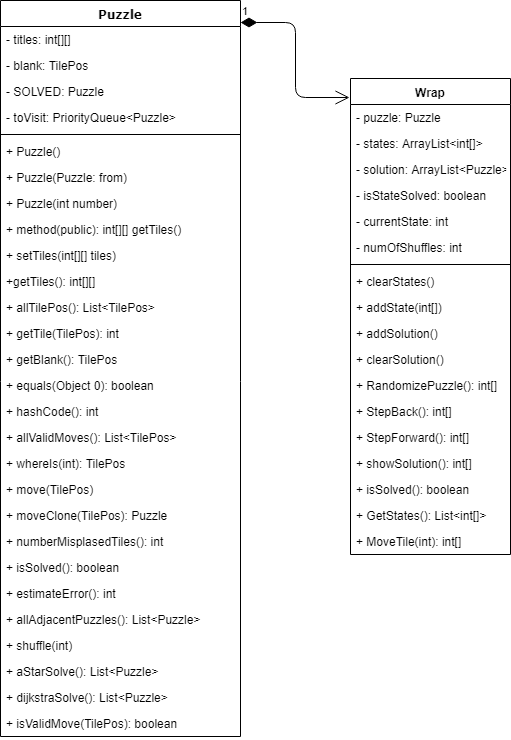
Above: 1_blue/doc/Class Diagram.png in Shystik/summer_java_practice_2019 (draw.io), before the change. Source tidied: cells renumbered, new cells last; positions are measured from the earlier drawing's top-left corner, leaving out a move shared by most shapes. Source of this version:
```xml
<mxGraphModel background="#ffffff">
  <root>
    <mxCell id="0" />
    <mxCell id="1" parent="0" />
    <mxCell id="2" value="Puzzle" style="swimlane;html=1;fontStyle=1;align=center;verticalAlign=top;horizontal=1;startSize=26;swimlaneFillColor=#ffffff;rounded=0;shadow=0;comic=0;labelBackgroundColor=none;strokeColor=#000000;strokeWidth=1;fillColor=none;fontFamily=Verdana;fontSize=12;fontColor=#000000;" parent="1" vertex="1">
      <mxGeometry width="240" height="736" as="geometry" />
    </mxCell>
    <mxCell id="3" value="- titles: int[][]&amp;nbsp;" style="text;html=1;strokeColor=none;fillColor=none;align=left;verticalAlign=top;spacingLeft=4;spacingRight=4;whiteSpace=wrap;overflow=hidden;" parent="2" vertex="1">
      <mxGeometry y="26" width="240" height="26" as="geometry" />
    </mxCell>
    <mxCell id="4" value="- blank: TilePos&lt;br&gt;" style="text;html=1;strokeColor=none;fillColor=none;align=left;verticalAlign=top;spacingLeft=4;spacingRight=4;whiteSpace=wrap;overflow=hidden;" parent="2" vertex="1">
      <mxGeometry y="52" width="240" height="26" as="geometry" />
    </mxCell>
    <mxCell id="5" value="- SOLVED: Puzzle" style="text;strokeColor=none;fillColor=none;align=left;verticalAlign=top;spacingLeft=4;spacingRight=4;overflow=hidden;" parent="2" vertex="1">
      <mxGeometry y="78" width="240" height="26" as="geometry" />
    </mxCell>
    <mxCell id="6" value="- toVisit: PriorityQueue&lt;Puzzle&gt;" style="text;strokeColor=none;fillColor=none;align=left;verticalAlign=top;spacingLeft=4;spacingRight=4;overflow=hidden;" parent="2" vertex="1">
      <mxGeometry y="104" width="240" height="26" as="geometry" />
    </mxCell>
    <mxCell id="7" style="line;html=1;strokeWidth=1;fillColor=none;align=left;verticalAlign=middle;spacingTop=-1;spacingLeft=3;spacingRight=3;labelPosition=right;" parent="2" vertex="1">
      <mxGeometry y="130" width="240" height="8" as="geometry" />
    </mxCell>
    <mxCell id="8" value="+ Puzzle()" style="text;html=1;strokeColor=none;fillColor=none;align=left;verticalAlign=top;spacingLeft=4;spacingRight=4;whiteSpace=wrap;overflow=hidden;" parent="2" vertex="1">
      <mxGeometry y="138" width="240" height="26" as="geometry" />
    </mxCell>
    <mxCell id="9" value="+ Puzzle(Puzzle: from)" style="text;html=1;strokeColor=none;fillColor=none;align=left;verticalAlign=top;spacingLeft=4;spacingRight=4;whiteSpace=wrap;overflow=hidden;" parent="2" vertex="1">
      <mxGeometry y="164" width="240" height="26" as="geometry" />
    </mxCell>
    <mxCell id="10" value="+ Puzzle(int number)" style="text;html=1;strokeColor=none;fillColor=none;align=left;verticalAlign=top;spacingLeft=4;spacingRight=4;whiteSpace=wrap;overflow=hidden;" parent="2" vertex="1">
      <mxGeometry y="190" width="240" height="26" as="geometry" />
    </mxCell>
    <mxCell id="11" value="+ method(public): int[][] getTiles()" style="text;html=1;strokeColor=none;fillColor=none;align=left;verticalAlign=top;spacingLeft=4;spacingRight=4;whiteSpace=wrap;overflow=hidden;" parent="2" vertex="1">
      <mxGeometry y="216" width="240" height="26" as="geometry" />
    </mxCell>
    <mxCell id="12" value="+ setTiles(int[][] tiles)&amp;nbsp;" style="text;html=1;strokeColor=none;fillColor=none;align=left;verticalAlign=top;spacingLeft=4;spacingRight=4;whiteSpace=wrap;overflow=hidden;" parent="2" vertex="1">
      <mxGeometry y="242" width="240" height="26" as="geometry" />
    </mxCell>
    <mxCell id="13" value="+getTiles(): int[][]" style="text;html=1;strokeColor=none;fillColor=none;align=left;verticalAlign=top;spacingLeft=4;spacingRight=4;whiteSpace=wrap;overflow=hidden;" parent="2" vertex="1">
      <mxGeometry y="268" width="240" height="26" as="geometry" />
    </mxCell>
    <mxCell id="14" value="+ allTilePos(): List&lt;TilePos&gt;" style="text;strokeColor=none;fillColor=none;align=left;verticalAlign=top;spacingLeft=4;spacingRight=4;overflow=hidden;" parent="2" vertex="1">
      <mxGeometry y="294" width="240" height="26" as="geometry" />
    </mxCell>
    <mxCell id="15" value="+ getTile(TilePos): int" style="text;strokeColor=none;fillColor=none;align=left;verticalAlign=top;spacingLeft=4;spacingRight=4;overflow=hidden;" parent="2" vertex="1">
      <mxGeometry y="320" width="240" height="26" as="geometry" />
    </mxCell>
    <mxCell id="16" value="+ getBlank(): TilePos" style="text;strokeColor=none;fillColor=none;align=left;verticalAlign=top;spacingLeft=4;spacingRight=4;overflow=hidden;" parent="2" vertex="1">
      <mxGeometry y="346" width="240" height="26" as="geometry" />
    </mxCell>
    <mxCell id="17" value="+ equals(Object 0): boolean" style="text;strokeColor=none;fillColor=none;align=left;verticalAlign=top;spacingLeft=4;spacingRight=4;overflow=hidden;" parent="2" vertex="1">
      <mxGeometry y="372" width="240" height="26" as="geometry" />
    </mxCell>
    <mxCell id="18" value="+ hashCode(): int" style="text;strokeColor=none;fillColor=none;align=left;verticalAlign=top;spacingLeft=4;spacingRight=4;overflow=hidden;" parent="2" vertex="1">
      <mxGeometry y="398" width="240" height="26" as="geometry" />
    </mxCell>
    <mxCell id="19" value="+ allValidMoves(): List&lt;TilePos&gt;" style="text;strokeColor=none;fillColor=none;align=left;verticalAlign=top;spacingLeft=4;spacingRight=4;overflow=hidden;" parent="2" vertex="1">
      <mxGeometry y="424" width="240" height="26" as="geometry" />
    </mxCell>
    <mxCell id="20" value="+ whereIs(int): TilePos" style="text;strokeColor=none;fillColor=none;align=left;verticalAlign=top;spacingLeft=4;spacingRight=4;overflow=hidden;" parent="2" vertex="1">
      <mxGeometry y="450" width="240" height="26" as="geometry" />
    </mxCell>
    <mxCell id="21" value="+ move(TilePos)" style="text;strokeColor=none;fillColor=none;align=left;verticalAlign=top;spacingLeft=4;spacingRight=4;overflow=hidden;" parent="2" vertex="1">
      <mxGeometry y="476" width="240" height="26" as="geometry" />
    </mxCell>
    <mxCell id="22" value="+ moveClone(TilePos): Puzzle" style="text;strokeColor=none;fillColor=none;align=left;verticalAlign=top;spacingLeft=4;spacingRight=4;overflow=hidden;" parent="2" vertex="1">
      <mxGeometry y="502" width="240" height="26" as="geometry" />
    </mxCell>
    <mxCell id="23" value="+ numberMisplasedTiles(): int" style="text;strokeColor=none;fillColor=none;align=left;verticalAlign=top;spacingLeft=4;spacingRight=4;overflow=hidden;" parent="2" vertex="1">
      <mxGeometry y="528" width="240" height="26" as="geometry" />
    </mxCell>
    <mxCell id="24" value="+ isSolved(): boolean" style="text;strokeColor=none;fillColor=none;align=left;verticalAlign=top;spacingLeft=4;spacingRight=4;overflow=hidden;" parent="2" vertex="1">
      <mxGeometry y="554" width="240" height="26" as="geometry" />
    </mxCell>
    <mxCell id="25" value="+ estimateError(): int" style="text;strokeColor=none;fillColor=none;align=left;verticalAlign=top;spacingLeft=4;spacingRight=4;overflow=hidden;" parent="2" vertex="1">
      <mxGeometry y="580" width="240" height="26" as="geometry" />
    </mxCell>
    <mxCell id="26" value="+ allAdjacentPuzzles(): List&lt;Puzzle&gt;" style="text;strokeColor=none;fillColor=none;align=left;verticalAlign=top;spacingLeft=4;spacingRight=4;overflow=hidden;" parent="2" vertex="1">
      <mxGeometry y="606" width="240" height="26" as="geometry" />
    </mxCell>
    <mxCell id="27" value="+ shuffle(int)" style="text;strokeColor=none;fillColor=none;align=left;verticalAlign=top;spacingLeft=4;spacingRight=4;overflow=hidden;" parent="2" vertex="1">
      <mxGeometry y="632" width="240" height="26" as="geometry" />
    </mxCell>
    <mxCell id="28" value="+ aStarSolve(): List&lt;Puzzle&gt;" style="text;strokeColor=none;fillColor=none;align=left;verticalAlign=top;spacingLeft=4;spacingRight=4;overflow=hidden;" parent="2" vertex="1">
      <mxGeometry y="658" width="240" height="26" as="geometry" />
    </mxCell>
    <mxCell id="29" value="+ dijkstraSolve(): List&lt;Puzzle&gt;" style="text;strokeColor=none;fillColor=none;align=left;verticalAlign=top;spacingLeft=4;spacingRight=4;overflow=hidden;" parent="2" vertex="1">
      <mxGeometry y="684" width="240" height="26" as="geometry" />
    </mxCell>
    <mxCell id="30" value="+ isValidMove(TilePos): boolean" style="text;strokeColor=none;fillColor=none;align=left;verticalAlign=top;spacingLeft=4;spacingRight=4;overflow=hidden;" parent="2" vertex="1">
      <mxGeometry y="710" width="240" height="26" as="geometry" />
    </mxCell>
    <mxCell id="31" value="Wrap" style="swimlane;fontStyle=1;align=center;verticalAlign=top;horizontal=1;startSize=26;" parent="1" vertex="1">
      <mxGeometry x="350" y="78" width="160" height="476" as="geometry" />
    </mxCell>
    <mxCell id="32" value="- puzzle: Puzzle" style="text;strokeColor=none;fillColor=none;align=left;verticalAlign=top;spacingLeft=4;spacingRight=4;overflow=hidden;" parent="31" vertex="1">
      <mxGeometry y="26" width="160" height="26" as="geometry" />
    </mxCell>
    <mxCell id="33" value="- states: ArrayList&lt;int[]&gt;" style="text;strokeColor=none;fillColor=none;align=left;verticalAlign=top;spacingLeft=4;spacingRight=4;overflow=hidden;" parent="31" vertex="1">
      <mxGeometry y="52" width="160" height="26" as="geometry" />
    </mxCell>
    <mxCell id="34" value="- solution: ArrayList&lt;Puzzle&gt;" style="text;strokeColor=none;fillColor=none;align=left;verticalAlign=top;spacingLeft=4;spacingRight=4;overflow=hidden;" parent="31" vertex="1">
      <mxGeometry y="78" width="160" height="26" as="geometry" />
    </mxCell>
    <mxCell id="35" value="- isStateSolved: boolean" style="text;strokeColor=none;fillColor=none;align=left;verticalAlign=top;spacingLeft=4;spacingRight=4;overflow=hidden;" parent="31" vertex="1">
      <mxGeometry y="104" width="160" height="26" as="geometry" />
    </mxCell>
    <mxCell id="36" value="- currentState: int" style="text;strokeColor=none;fillColor=none;align=left;verticalAlign=top;spacingLeft=4;spacingRight=4;overflow=hidden;" parent="31" vertex="1">
      <mxGeometry y="130" width="160" height="26" as="geometry" />
    </mxCell>
    <mxCell id="37" value="- numOfShuffles: int&#10;" style="text;strokeColor=none;fillColor=none;align=left;verticalAlign=top;spacingLeft=4;spacingRight=4;overflow=hidden;" parent="31" vertex="1">
      <mxGeometry y="156" width="160" height="26" as="geometry" />
    </mxCell>
    <mxCell id="38" style="line;strokeWidth=1;fillColor=none;align=left;verticalAlign=middle;spacingTop=-1;spacingLeft=3;spacingRight=3;labelPosition=right;" parent="31" vertex="1">
      <mxGeometry y="182" width="160" height="8" as="geometry" />
    </mxCell>
    <mxCell id="39" value="+ clearStates()" style="text;strokeColor=none;fillColor=none;align=left;verticalAlign=top;spacingLeft=4;spacingRight=4;overflow=hidden;" parent="31" vertex="1">
      <mxGeometry y="190" width="160" height="26" as="geometry" />
    </mxCell>
    <mxCell id="40" value="+ addState(int[])" style="text;strokeColor=none;fillColor=none;align=left;verticalAlign=top;spacingLeft=4;spacingRight=4;overflow=hidden;" parent="31" vertex="1">
      <mxGeometry y="216" width="160" height="26" as="geometry" />
    </mxCell>
    <mxCell id="41" value="+ addSolution()" style="text;strokeColor=none;fillColor=none;align=left;verticalAlign=top;spacingLeft=4;spacingRight=4;overflow=hidden;" parent="31" vertex="1">
      <mxGeometry y="242" width="160" height="26" as="geometry" />
    </mxCell>
    <mxCell id="42" value="+ clearSolution()" style="text;strokeColor=none;fillColor=none;align=left;verticalAlign=top;spacingLeft=4;spacingRight=4;overflow=hidden;" parent="31" vertex="1">
      <mxGeometry y="268" width="160" height="26" as="geometry" />
    </mxCell>
    <mxCell id="43" value="+ RandomizePuzzle(): int[]" style="text;strokeColor=none;fillColor=none;align=left;verticalAlign=top;spacingLeft=4;spacingRight=4;overflow=hidden;" parent="31" vertex="1">
      <mxGeometry y="294" width="160" height="26" as="geometry" />
    </mxCell>
    <mxCell id="44" value="+ StepBack(): int[]" style="text;strokeColor=none;fillColor=none;align=left;verticalAlign=top;spacingLeft=4;spacingRight=4;overflow=hidden;" parent="31" vertex="1">
      <mxGeometry y="320" width="160" height="26" as="geometry" />
    </mxCell>
    <mxCell id="45" value="+ StepForward(): int[]" style="text;strokeColor=none;fillColor=none;align=left;verticalAlign=top;spacingLeft=4;spacingRight=4;overflow=hidden;" parent="31" vertex="1">
      <mxGeometry y="346" width="160" height="26" as="geometry" />
    </mxCell>
    <mxCell id="46" value="+ showSolution(): int[]" style="text;strokeColor=none;fillColor=none;align=left;verticalAlign=top;spacingLeft=4;spacingRight=4;overflow=hidden;" parent="31" vertex="1">
      <mxGeometry y="372" width="160" height="26" as="geometry" />
    </mxCell>
    <mxCell id="47" value="+ isSolved(): boolean" style="text;strokeColor=none;fillColor=none;align=left;verticalAlign=top;spacingLeft=4;spacingRight=4;overflow=hidden;" parent="31" vertex="1">
      <mxGeometry y="398" width="160" height="26" as="geometry" />
    </mxCell>
    <mxCell id="48" value="+ GetStates(): List&lt;int[]&gt;" style="text;strokeColor=none;fillColor=none;align=left;verticalAlign=top;spacingLeft=4;spacingRight=4;overflow=hidden;" parent="31" vertex="1">
      <mxGeometry y="424" width="160" height="26" as="geometry" />
    </mxCell>
    <mxCell id="49" value="+ MoveTile(int): int[]" style="text;strokeColor=none;fillColor=none;align=left;verticalAlign=top;spacingLeft=4;spacingRight=4;overflow=hidden;" parent="31" vertex="1">
      <mxGeometry y="450" width="160" height="26" as="geometry" />
    </mxCell>
    <mxCell id="50" value="1" style="endArrow=open;html=1;endSize=12;startArrow=diamondThin;startSize=14;startFill=1;edgeStyle=orthogonalEdgeStyle;align=left;verticalAlign=bottom;entryX=-0.006;entryY=0.04;entryDx=0;entryDy=0;entryPerimeter=0;exitX=1;exitY=0.03;exitDx=0;exitDy=0;exitPerimeter=0;" parent="1" edge="1" source="2" target="31">
      <mxGeometry x="-1" y="3" relative="1" as="geometry" />
    </mxCell>
  </root>
</mxGraphModel>
```
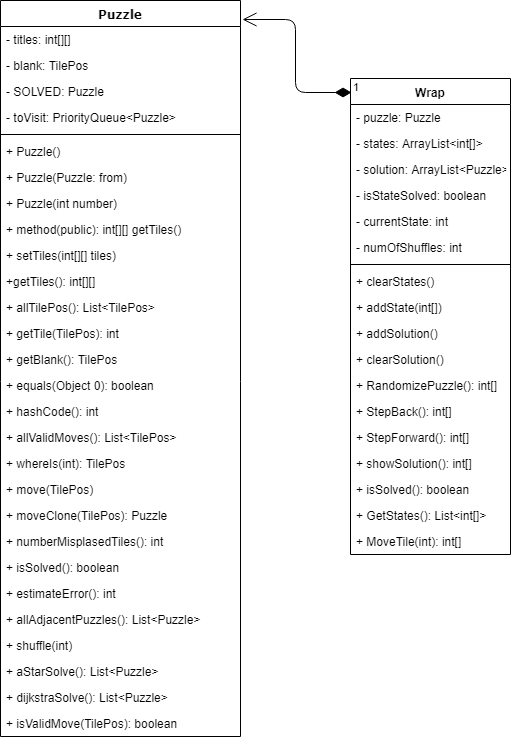
Later version of the same file.

The edit, as a diff of the source:
```diff
@@ -146,7 +146,7 @@
     <mxCell id="49" value="+ MoveTile(int): int[]" style="text;strokeColor=none;fillColor=none;align=left;verticalAlign=top;spacingLeft=4;spacingRight=4;overflow=hidden;" parent="31" vertex="1">
       <mxGeometry y="450" width="160" height="26" as="geometry" />
     </mxCell>
-    <mxCell id="50" value="1" style="endArrow=open;html=1;endSize=12;startArrow=diamondThin;startSize=14;startFill=1;edgeStyle=orthogonalEdgeStyle;align=left;verticalAlign=bottom;entryX=-0.006;entryY=0.04;entryDx=0;entryDy=0;entryPerimeter=0;exitX=1;exitY=0.03;exitDx=0;exitDy=0;exitPerimeter=0;" parent="1" edge="1" source="2" target="31">
+    <mxCell id="50" value="1" style="endArrow=open;html=1;endSize=12;startArrow=diamondThin;startSize=14;startFill=1;edgeStyle=orthogonalEdgeStyle;align=left;verticalAlign=bottom;entryX=1.008;entryY=0.026;entryDx=0;entryDy=0;entryPerimeter=0;exitX=0.006;exitY=0.029;exitDx=0;exitDy=0;exitPerimeter=0;" parent="1" edge="1" source="31" target="2">
       <mxGeometry x="-1" y="3" relative="1" as="geometry" />
     </mxCell>
   </root>
```
